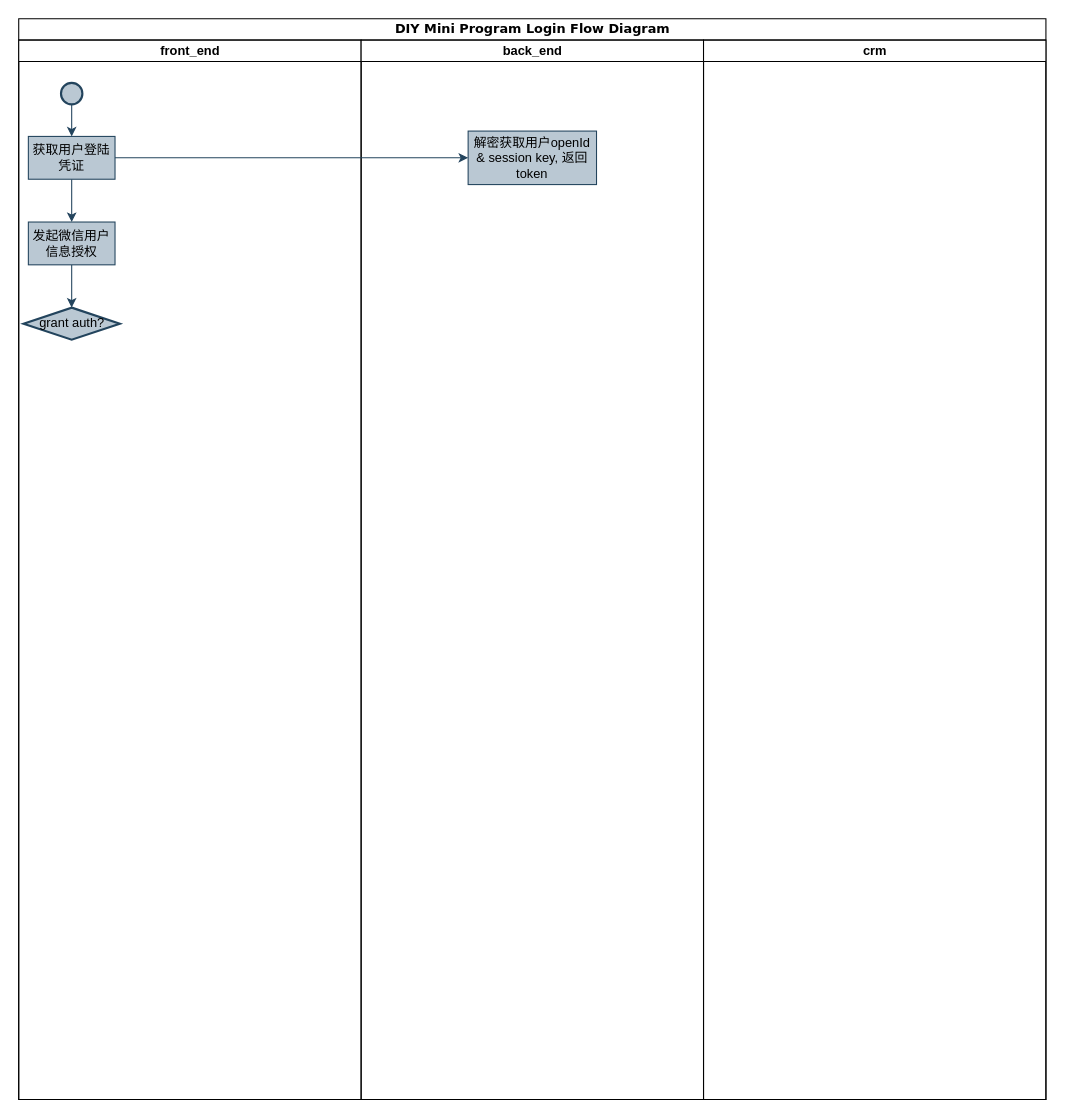
WinkleWong/Diagram keeps this draw.io diagram as DIY Mini Program/DIY Mini Program Login Flow Diagram.drawio. Above is the earlier version. Source tidied: cells renumbered, new cells numbered last; positions are measured from the earlier drawing's top-left corner, leaving out a move shared by most shapes. Both pictures are drawn from the tidied source at 107%, with x=0, y=0 at pixel (18, 18).
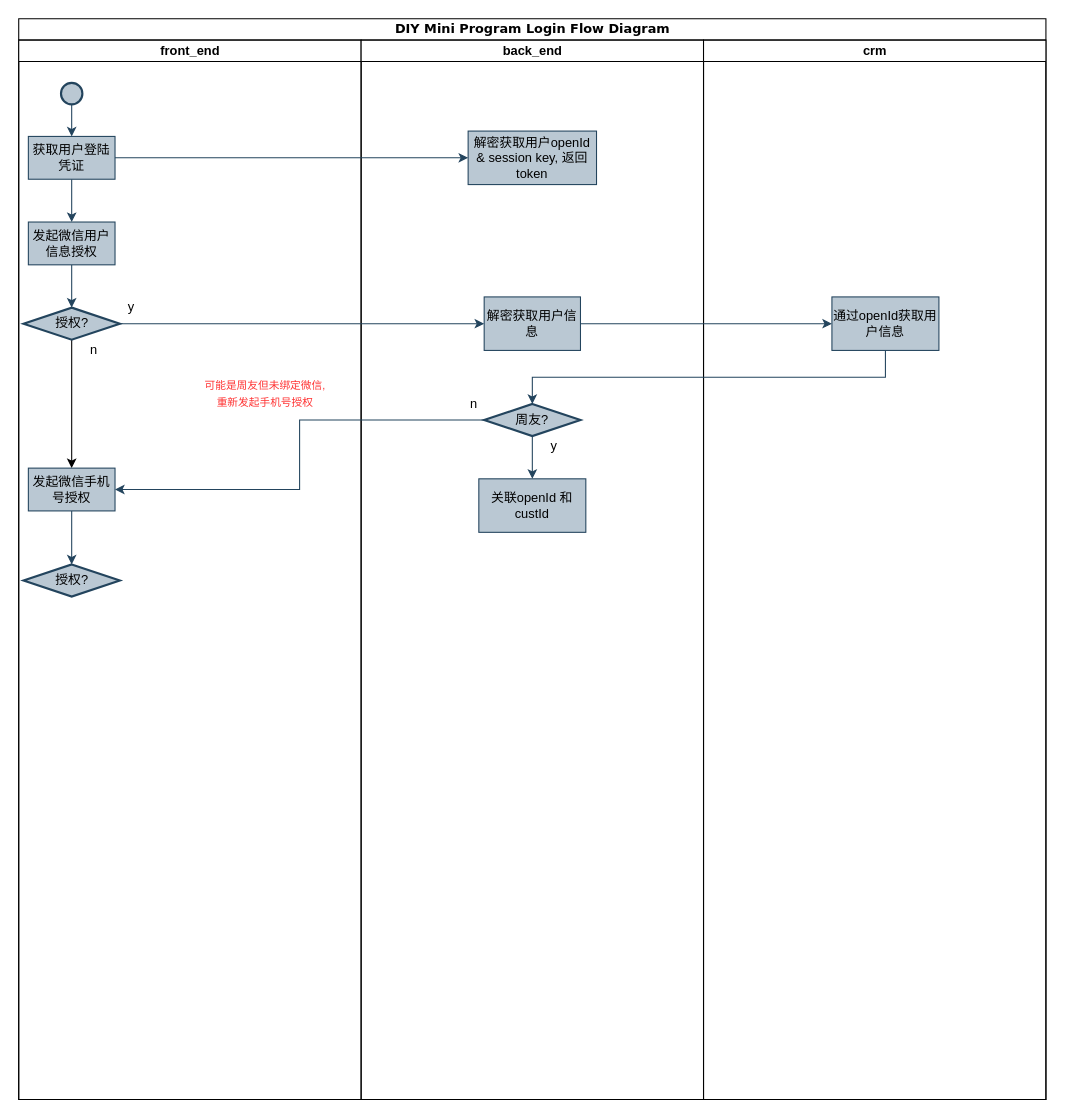
The same page after the edit.

Unchanged cells that the change refers to:
```xml
<mxCell id="2" value="DIY Mini Program Login Flow Diagram" style="swimlane;html=1;startSize=20;rounded=0;shadow=0;comic=0;labelBackgroundColor=none;strokeWidth=1;fontFamily=Verdana;fontSize=12;align=center;" parent="1" vertex="1">
  <mxGeometry width="960" height="1010" as="geometry" />
</mxCell>
<mxCell id="3" value="front_end" style="swimlane;html=1;startSize=20;" parent="2" vertex="1">
  <mxGeometry y="20" width="320" height="990" as="geometry" />
</mxCell>
<mxCell id="11" value="back_end" style="swimlane;html=1;startSize=20;" parent="2" vertex="1">
  <mxGeometry x="320" y="20" width="320" height="990" as="geometry" />
</mxCell>
<mxCell id="13" value="crm" style="swimlane;html=1;startSize=20;" parent="2" vertex="1">
  <mxGeometry x="640" y="20" width="320" height="990" as="geometry" />
</mxCell>
```

The edit, as a diff of the source:
```diff
@@
+    <mxCell id="15" style="edgeStyle=orthogonalEdgeStyle;rounded=0;jettySize=auto;html=1;entryX=0.5;entryY=0;entryDx=0;entryDy=0;" parent="3" edge="1" source="6" target="17">
+      <mxGeometry relative="1" as="geometry" />
+    </mxCell>
-    <mxCell id="6" value="grant auth?" style="strokeWidth=2;html=1;shape=mxgraph.flowchart.decision;whiteSpace=wrap;fillColor=#bac8d3;strokeColor=#23445d;" parent="3" vertex="1">
+    <mxCell id="6" value="授权?" style="strokeWidth=2;html=1;shape=mxgraph.flowchart.decision;whiteSpace=wrap;fillColor=#bac8d3;strokeColor=#23445d;" parent="3" vertex="1">
       <mxGeometry x="4.5" y="250" width="90" height="30" as="geometry" />
     </mxCell>
@@
+    <mxCell id="16" style="edgeStyle=orthogonalEdgeStyle;rounded=0;jettySize=auto;html=1;entryX=0.5;entryY=0;entryDx=0;entryDy=0;entryPerimeter=0;fillColor=#bac8d3;strokeColor=#23445d;" parent="3" edge="1" source="17" target="21">
+      <mxGeometry relative="1" as="geometry" />
+    </mxCell>
+    <mxCell id="17" value="发起微信手机号授权" style="rounded=0;whiteSpace=wrap;html=1;fillColor=#bac8d3;strokeColor=#23445d;" parent="3" vertex="1">
+      <mxGeometry x="9" y="400" width="81" height="40" as="geometry" />
+    </mxCell>
+    <mxCell id="18" value="y" style="text;html=1;align=center;verticalAlign=middle;" parent="3" vertex="1">
+      <mxGeometry x="94.5" y="240" width="20" height="20" as="geometry" />
+    </mxCell>
+    <mxCell id="19" value="n" style="text;html=1;align=center;verticalAlign=middle;" parent="3" vertex="1">
+      <mxGeometry x="59.5" y="280" width="20" height="20" as="geometry" />
+    </mxCell>
+    <mxCell id="20" value="&lt;font style=&quot;font-size: 10px&quot; color=&quot;#ff3333&quot;&gt;可能是周友但未绑定微信,&lt;br style=&quot;font-size: 10px&quot;&gt;重新发起手机号授权&lt;/font&gt;" style="text;html=1;align=center;verticalAlign=middle;" parent="3" vertex="1">
+      <mxGeometry x="140" y="315" width="180" height="30" as="geometry" />
+    </mxCell>
+    <mxCell id="21" value="授权?" style="strokeWidth=2;html=1;shape=mxgraph.flowchart.decision;whiteSpace=wrap;fillColor=#bac8d3;strokeColor=#23445d;" parent="3" vertex="1">
+      <mxGeometry x="4.5" y="490" width="90" height="30" as="geometry" />
+    </mxCell>
@@
+    <mxCell id="22" value="解密获取用户信息" style="rounded=0;whiteSpace=wrap;html=1;fillColor=#bac8d3;strokeColor=#23445d;" parent="11" vertex="1">
+      <mxGeometry x="115" y="240" width="90" height="50" as="geometry" />
+    </mxCell>
+    <mxCell id="23" style="edgeStyle=orthogonalEdgeStyle;rounded=0;jettySize=auto;html=1;entryX=0.5;entryY=0;entryDx=0;entryDy=0;fillColor=#bac8d3;strokeColor=#23445d;" parent="11" edge="1" source="24" target="25">
+      <mxGeometry relative="1" as="geometry" />
+    </mxCell>
+    <mxCell id="24" value="周友?" style="strokeWidth=2;html=1;shape=mxgraph.flowchart.decision;whiteSpace=wrap;fillColor=#bac8d3;strokeColor=#23445d;" parent="11" vertex="1">
+      <mxGeometry x="115" y="340" width="90" height="30" as="geometry" />
+    </mxCell>
+    <mxCell id="25" value="关联openId 和 custId" style="rounded=0;whiteSpace=wrap;html=1;fillColor=#bac8d3;strokeColor=#23445d;" parent="11" vertex="1">
+      <mxGeometry x="110" y="410" width="100" height="50" as="geometry" />
+    </mxCell>
+    <mxCell id="26" value="y" style="text;html=1;align=center;verticalAlign=middle;" parent="11" vertex="1">
+      <mxGeometry x="170" y="370" width="20" height="20" as="geometry" />
+    </mxCell>
+    <mxCell id="27" value="n" style="text;html=1;align=center;verticalAlign=middle;" parent="11" vertex="1">
+      <mxGeometry x="95" y="330" width="20" height="20" as="geometry" />
+    </mxCell>
@@
+    <mxCell id="28" value="通过openId获取用户信息" style="rounded=0;whiteSpace=wrap;html=1;fillColor=#bac8d3;strokeColor=#23445d;" parent="13" vertex="1">
+      <mxGeometry x="120" y="240" width="100" height="50" as="geometry" />
+    </mxCell>
@@
+    <mxCell id="29" style="edgeStyle=orthogonalEdgeStyle;rounded=0;jettySize=auto;html=1;entryX=0;entryY=0.5;entryDx=0;entryDy=0;fillColor=#bac8d3;strokeColor=#23445d;" parent="2" edge="1" source="6" target="22">
+      <mxGeometry relative="1" as="geometry" />
+    </mxCell>
+    <mxCell id="30" style="edgeStyle=orthogonalEdgeStyle;rounded=0;jettySize=auto;html=1;fillColor=#bac8d3;strokeColor=#23445d;" parent="2" edge="1" source="22" target="28">
+      <mxGeometry relative="1" as="geometry" />
+    </mxCell>
+    <mxCell id="31" style="edgeStyle=orthogonalEdgeStyle;rounded=0;jettySize=auto;html=1;exitX=0.5;exitY=1;exitDx=0;exitDy=0;fillColor=#bac8d3;strokeColor=#23445d;" parent="2" edge="1" source="28" target="24">
+      <mxGeometry relative="1" as="geometry" />
+    </mxCell>
+    <mxCell id="32" style="edgeStyle=orthogonalEdgeStyle;rounded=0;jettySize=auto;html=1;entryX=1;entryY=0.5;entryDx=0;entryDy=0;fillColor=#bac8d3;strokeColor=#23445d;" parent="2" edge="1" source="24" target="17">
+      <mxGeometry relative="1" as="geometry" />
+    </mxCell>
```
